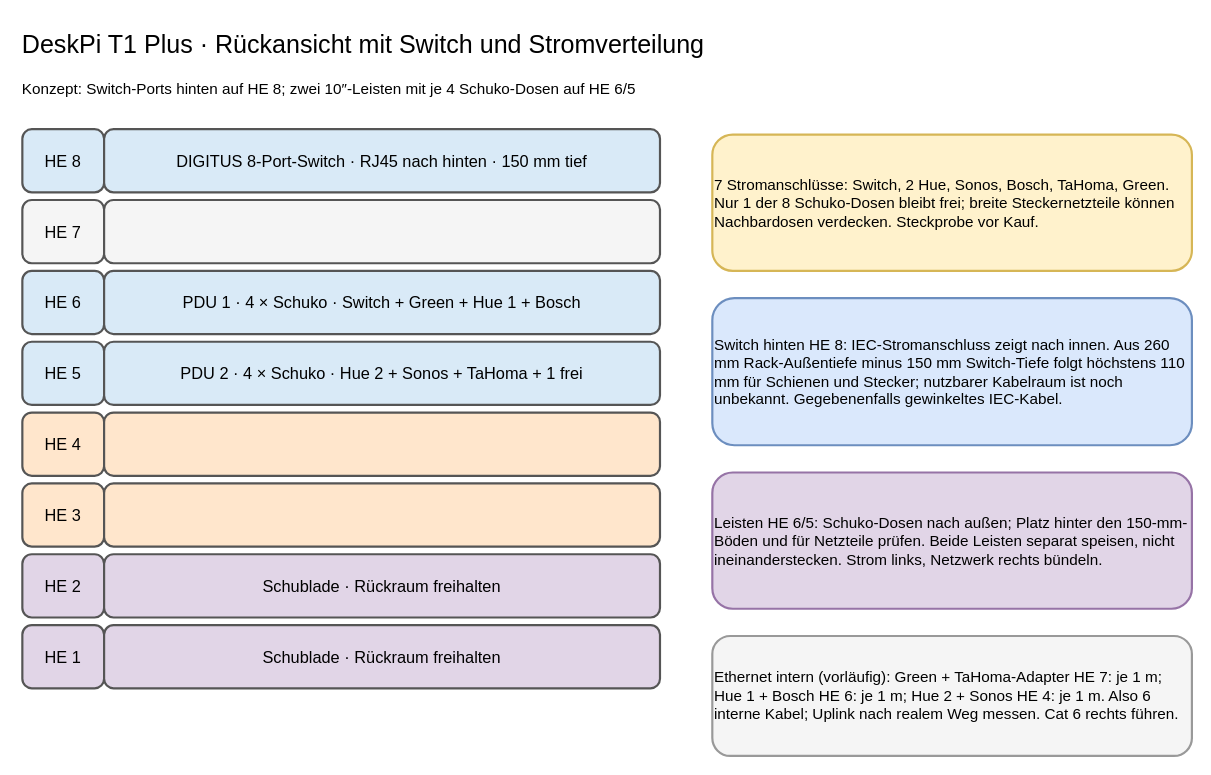
This is page "DeskPi 8 HE – Rückseite" (3 of 4) of 10-zoll-rack-planung.drawio from tiptronic/diagrams, a draw.io file, before an edit. Source tidied: cells renumbered, new cells numbered last; positions are measured from the earlier drawing's top-left corner, leaving out a move shared by most shapes. Both pictures are drawn from the tidied source at 109%, with x=0, y=0 at pixel (20, 20).
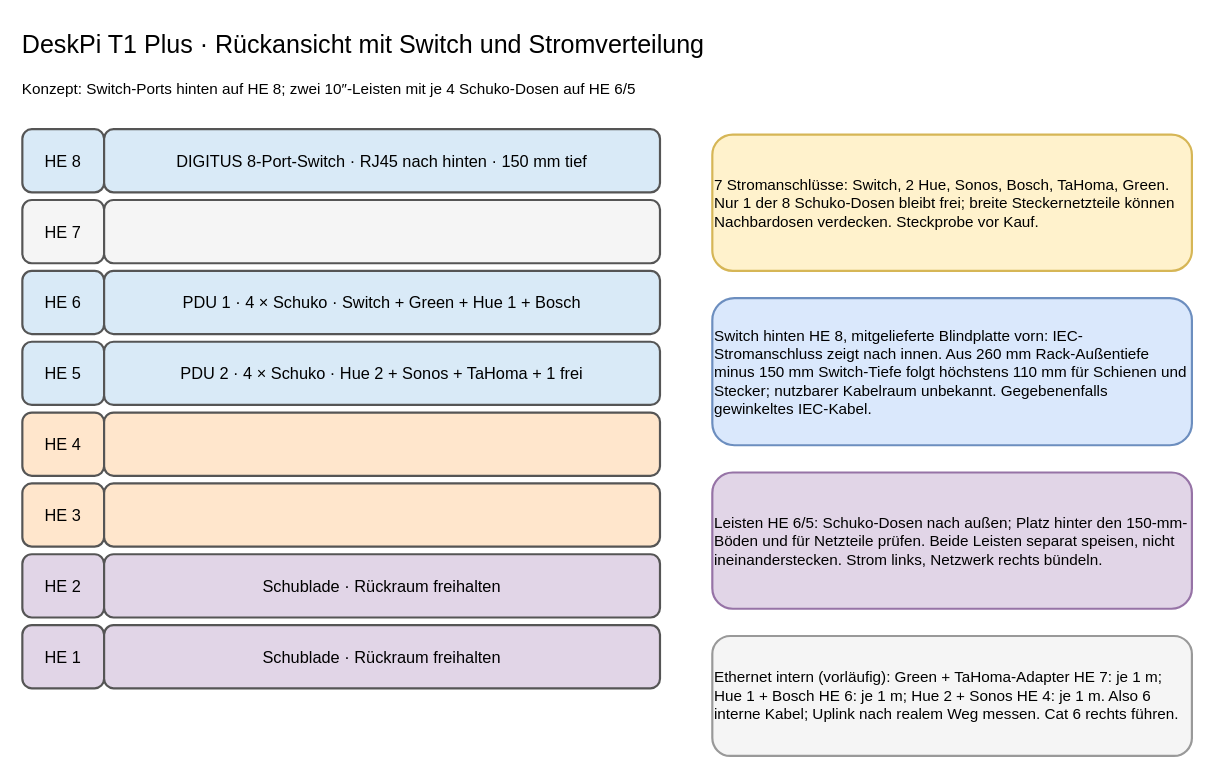
After the change.

The edit, as a diff of the source:
```diff
@@
-    <mxCell id="21" value="Switch hinten HE 8: IEC-Stromanschluss zeigt nach innen. Aus 260 mm Rack-Außentiefe minus 150 mm Switch-Tiefe folgt höchstens 110 mm für Schienen und Stecker; nutzbarer Kabelraum ist noch unbekannt. Gegebenenfalls gewinkeltes IEC-Kabel." style="rounded=1;whiteSpace=wrap;html=1;align=left;verticalAlign=middle;strokeWidth=2;fontSize=14;fillColor=#dae8fc;strokeColor=#6c8ebf;" parent="1" vertex="1">
+    <mxCell id="21" value="Switch hinten HE 8, mitgelieferte Blindplatte vorn: IEC-Stromanschluss zeigt nach innen. Aus 260 mm Rack-Außentiefe minus 150 mm Switch-Tiefe folgt höchstens 110 mm für Schienen und Stecker; nutzbarer Kabelraum unbekannt. Gegebenenfalls gewinkeltes IEC-Kabel." style="rounded=1;whiteSpace=wrap;html=1;align=left;verticalAlign=middle;strokeWidth=2;fontSize=14;fillColor=#dae8fc;strokeColor=#6c8ebf;" parent="1" vertex="1">
       <mxGeometry x="635" y="255" width="440" height="135" as="geometry" />
     </mxCell>
```
